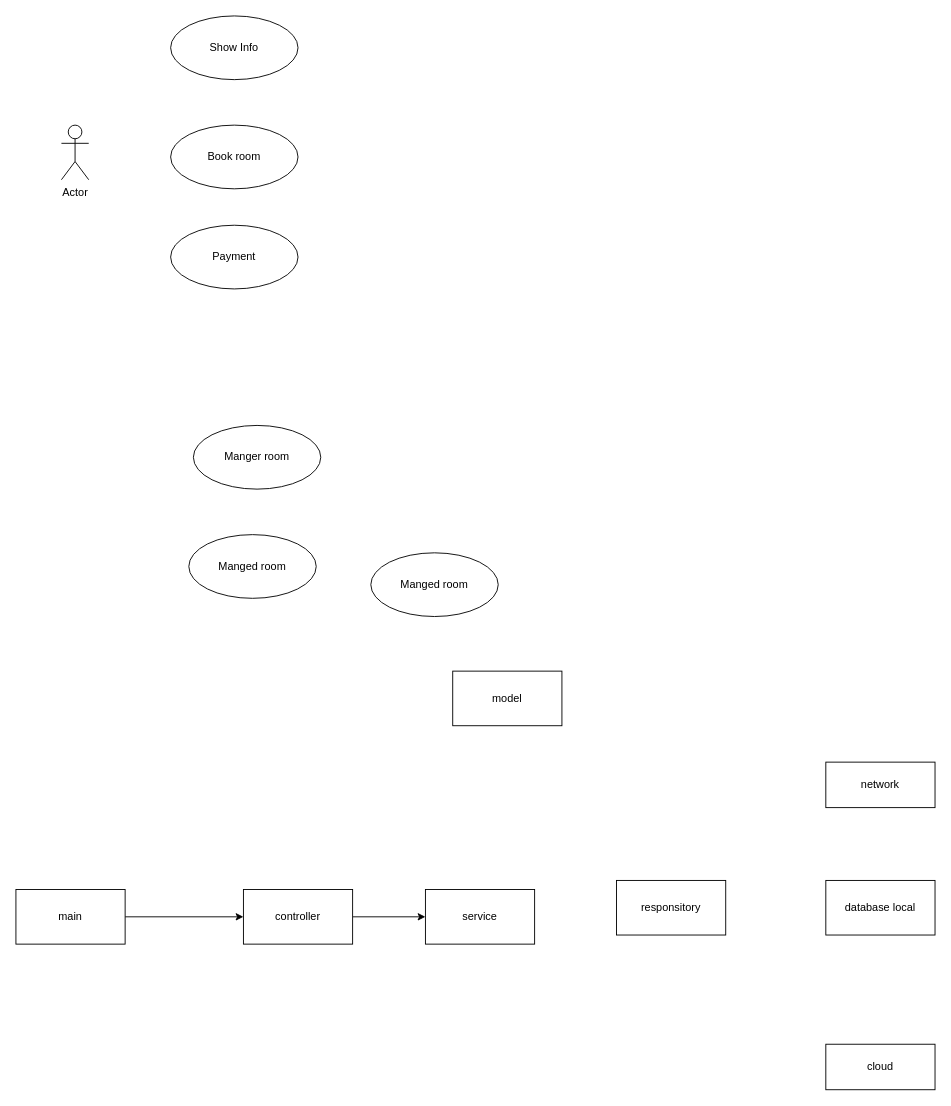
This is page "use case" (2 of 2) of architecture-overview/motel.drawio from hp210693/motel, a draw.io file, before an edit. Source tidied: cells renumbered, new cells numbered last; positions are measured from the earlier drawing's top-left corner, leaving out a move shared by most shapes. Both pictures are drawn from the tidied source at 91%, with x=0, y=0 at pixel (15, 15).
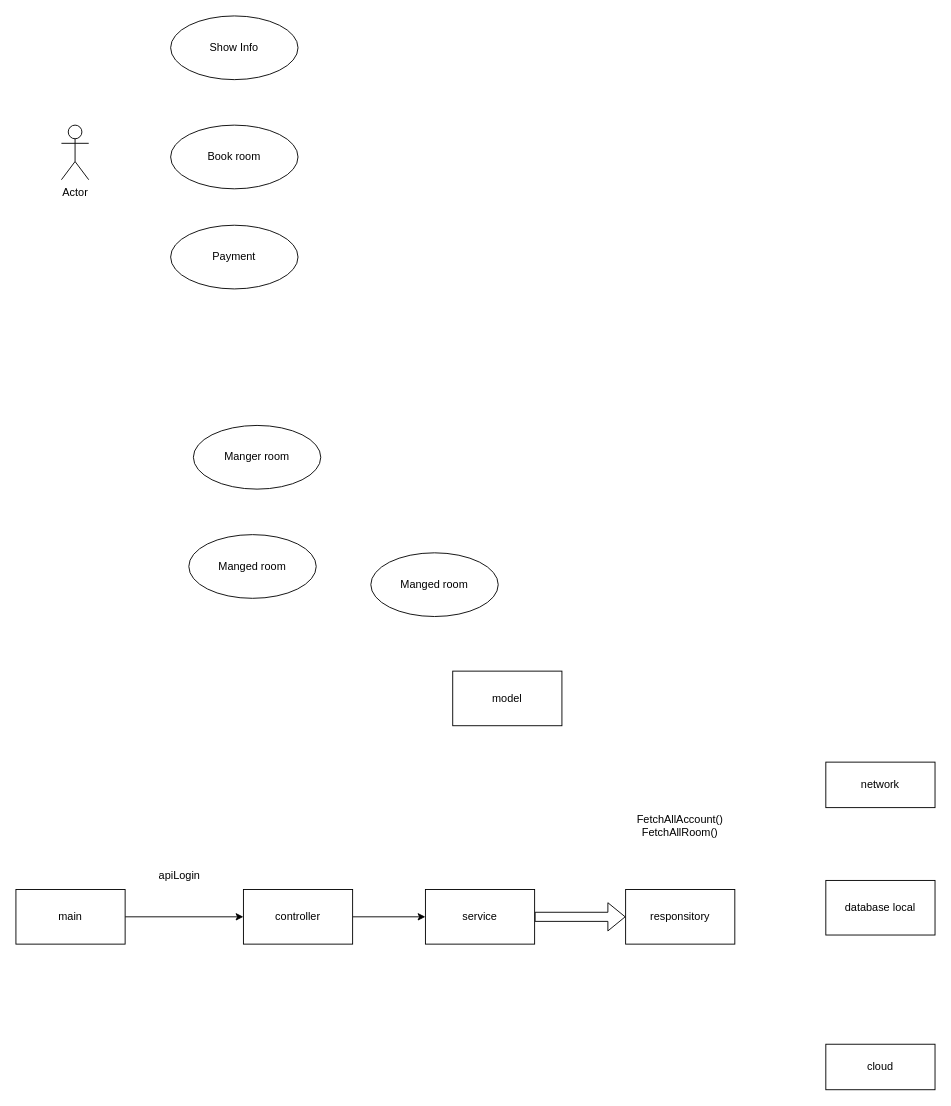
Above is the later version.

Unchanged cells that the change refers to:
```xml
<mxCell id="13" value="service" style="rounded=0;whiteSpace=wrap;html=1;" parent="1" vertex="1">
  <mxGeometry x="450" y="960" width="120" height="60" as="geometry" />
</mxCell>
```

What changed in the source:
```diff
@@
+    <mxCell id="19" style="edgeStyle=orthogonalEdgeStyle;shape=flexArrow;rounded=0;jettySize=auto;html=1;exitX=1;exitY=0.5;exitDx=0;exitDy=0;entryX=0;entryY=0.5;entryDx=0;entryDy=0;" parent="1" edge="1" source="13" target="16">
+      <mxGeometry relative="1" as="geometry" />
+    </mxCell>
@@
     <mxCell id="16" value="responsitory" style="rounded=0;whiteSpace=wrap;html=1;" parent="1" vertex="1">
-      <mxGeometry x="660" y="950" width="120" height="60" as="geometry" />
+      <mxGeometry x="670" y="960" width="120" height="60" as="geometry" />
     </mxCell>
@@
+    <mxCell id="20" value="apiLogin" style="text;html=1;strokeColor=none;fillColor=none;align=center;verticalAlign=middle;whiteSpace=wrap;rounded=0;" parent="1" vertex="1">
+      <mxGeometry x="110" y="930" width="140" height="30" as="geometry" />
+    </mxCell>
+    <mxCell id="21" value="FetchAllAccount()&lt;br&gt;FetchAllRoom()" style="text;html=1;strokeColor=none;fillColor=none;align=center;verticalAlign=middle;whiteSpace=wrap;rounded=0;" parent="1" vertex="1">
+      <mxGeometry x="660" y="830" width="140" height="120" as="geometry" />
+    </mxCell>
```
